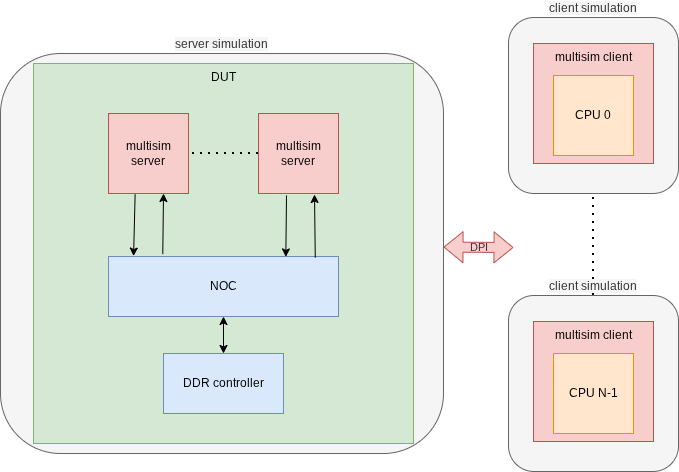
The draw.io diagram .assets/multisim_multi.drawio.png in zarubaf/multisim, before a commit. Source tidied: cells renumbered, new cells last; positions are measured from the earlier drawing's top-left corner, leaving out a move shared by most shapes.
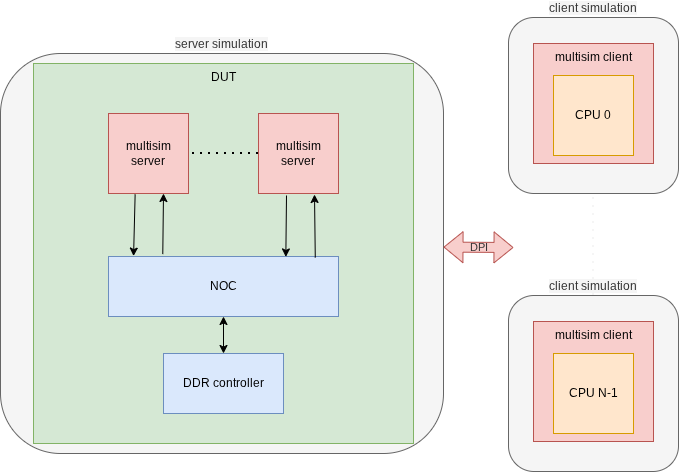
After the change.

Commit message:
doc: use grey dotted line

Change to the diagram source:
```diff
@@ -53,7 +53,7 @@
     <mxCell id="16" value="CPU 0" style="whiteSpace=wrap;html=1;fillColor=#ffe6cc;strokeColor=#d79b00;" parent="1" vertex="1">
       <mxGeometry x="553" y="58" width="80" height="80" as="geometry" />
     </mxCell>
-    <mxCell id="17" style="endArrow=none;dashed=1;html=1;dashPattern=1 3;strokeWidth=2;rounded=0;exitX=0.5;exitY=0;exitDx=0;exitDy=0;" parent="1" edge="1" source="19">
+    <mxCell id="17" style="endArrow=none;dashed=1;html=1;dashPattern=1 3;strokeWidth=2;rounded=0;exitX=0.5;exitY=0;exitDx=0;exitDy=0;fontColor=#FA6800;strokeColor=#F5F5F5;" parent="1" edge="1" source="19">
       <mxGeometry relative="1" as="geometry">
         <mxPoint x="593" y="176" as="targetPoint" />
       </mxGeometry>
```
